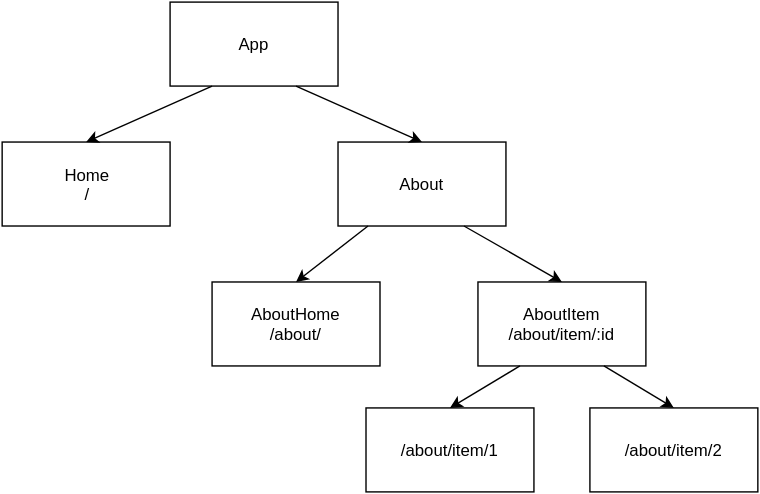
hs950559/coryrylan.com keeps this draw.io diagram as assets/images/posts/2016-04-02-introduction-to-angular-2-routing/angular-2-router-tree-2.svg. Above is the earlier version. Source tidied: cells renumbered, new cells last; positions are measured from the earlier drawing's top-left corner, leaving out a move shared by most shapes.
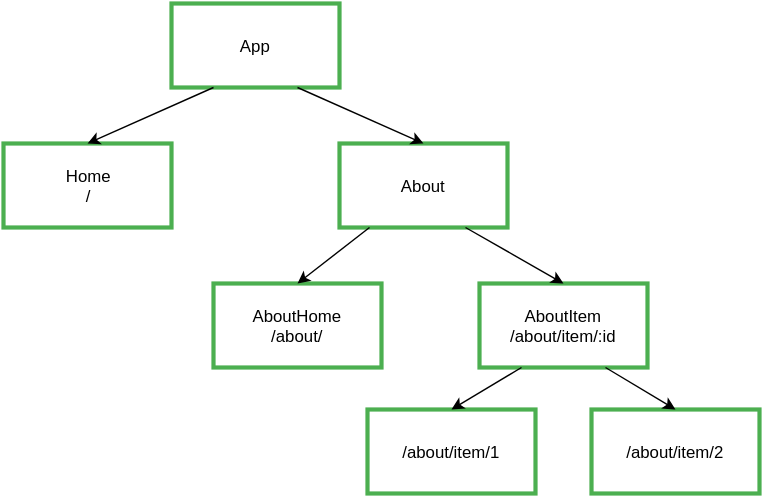
After the commit.

Change to the diagram source:
```diff
@@ -2,19 +2,19 @@
   <root>
     <mxCell id="0" />
     <mxCell id="1" parent="0" />
-    <mxCell id="2" value="App" style="whiteSpace=wrap;html=1;" parent="1" vertex="1">
+    <mxCell id="2" value="App" style="whiteSpace=wrap;html=1;strokeColor=#4CAF50;strokeWidth=3;" parent="1" vertex="1">
       <mxGeometry x="120" width="120" height="60" as="geometry" />
     </mxCell>
-    <mxCell id="3" value="Home&lt;div&gt;/&lt;/div&gt;" style="whiteSpace=wrap;html=1;" parent="1" vertex="1">
+    <mxCell id="3" value="Home&lt;div&gt;/&lt;/div&gt;" style="whiteSpace=wrap;html=1;strokeColor=#4CAF50;strokeWidth=3;" parent="1" vertex="1">
       <mxGeometry y="100" width="120" height="60" as="geometry" />
     </mxCell>
-    <mxCell id="4" value="About" style="whiteSpace=wrap;html=1;" parent="1" vertex="1">
+    <mxCell id="4" value="About" style="whiteSpace=wrap;html=1;strokeWidth=3;strokeColor=#4CAF50;" parent="1" vertex="1">
       <mxGeometry x="240" y="100" width="120" height="60" as="geometry" />
     </mxCell>
-    <mxCell id="5" value="&lt;div&gt;AboutHome&lt;/div&gt;/about/" style="whiteSpace=wrap;html=1;" parent="1" vertex="1">
+    <mxCell id="5" value="&lt;div&gt;AboutHome&lt;/div&gt;/about/" style="whiteSpace=wrap;html=1;strokeWidth=3;strokeColor=#4CAF50;" parent="1" vertex="1">
       <mxGeometry x="150" y="200" width="120" height="60" as="geometry" />
     </mxCell>
-    <mxCell id="6" value="&lt;div&gt;AboutItem&lt;/div&gt;/about/item/:id" style="whiteSpace=wrap;html=1;" parent="1" vertex="1">
+    <mxCell id="6" value="&lt;div&gt;AboutItem&lt;/div&gt;/about/item/:id" style="whiteSpace=wrap;html=1;strokeWidth=3;strokeColor=#4CAF50;" parent="1" vertex="1">
       <mxGeometry x="340" y="200" width="120" height="60" as="geometry" />
     </mxCell>
     <mxCell id="7" style="endArrow=classic;html=1;exitX=0.25;exitY=1;entryX=0.5;entryY=0;" parent="1" edge="1" source="2" target="3">
@@ -29,10 +29,10 @@
     <mxCell id="10" style="endArrow=classic;html=1;exitX=0.75;exitY=1;entryX=0.5;entryY=0;" parent="1" edge="1" source="4" target="6">
       <mxGeometry relative="1" as="geometry" />
     </mxCell>
-    <mxCell id="11" value="/about/item/1" style="whiteSpace=wrap;html=1;" parent="1" vertex="1">
+    <mxCell id="11" value="/about/item/1" style="whiteSpace=wrap;html=1;strokeWidth=3;strokeColor=#4CAF50;" parent="1" vertex="1">
       <mxGeometry x="260" y="290" width="120" height="60" as="geometry" />
     </mxCell>
-    <mxCell id="12" value="/about/item/2" style="whiteSpace=wrap;html=1;" parent="1" vertex="1">
+    <mxCell id="12" value="/about/item/2" style="whiteSpace=wrap;html=1;strokeWidth=3;strokeColor=#4CAF50;" parent="1" vertex="1">
       <mxGeometry x="420" y="290" width="120" height="60" as="geometry" />
     </mxCell>
     <mxCell id="13" style="endArrow=classic;html=1;entryX=0.5;entryY=0;exitX=0.25;exitY=1;" parent="1" edge="1" source="6" target="11">
```
